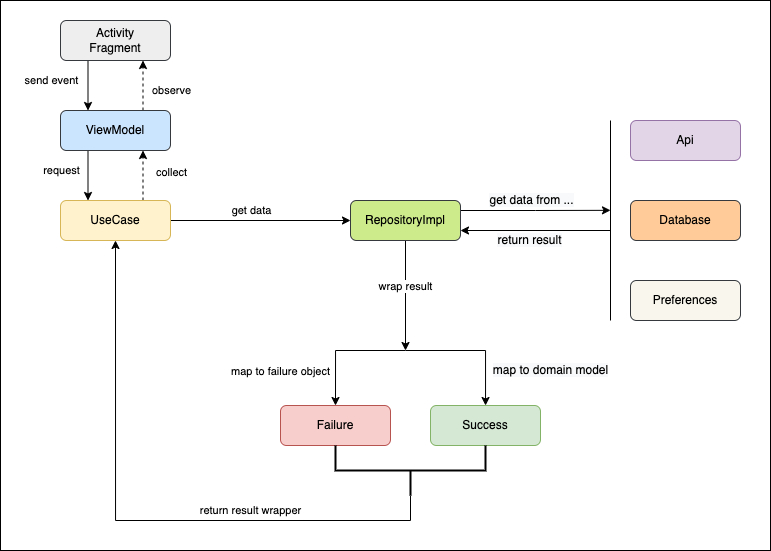
KhoaMoya/SampleBaseApp keeps this draw.io diagram as images/work_flow.png. Above is the earlier version. Source tidied: cells renumbered, new cells last; positions are measured from the earlier drawing's top-left corner, leaving out a move shared by most shapes.
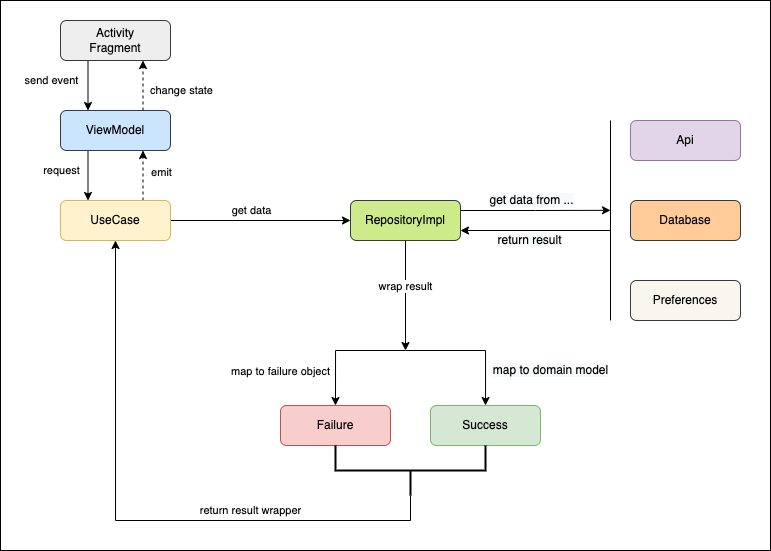
Later version of the same file.

Diff of the diagram source:
```diff
@@ -16,8 +16,8 @@
     <mxCell id="5" value="Activity&lt;br&gt;Fragment" style="rounded=1;whiteSpace=wrap;html=1;glass=0;fontSize=12;fillColor=#eeeeee;strokeColor=#36393d;" parent="1" vertex="1">
       <mxGeometry x="60" y="20" width="110" height="40" as="geometry" />
     </mxCell>
-    <mxCell id="6" value="observe" style="edgeStyle=orthogonalEdgeStyle;rounded=0;jettySize=auto;html=1;exitX=0.75;exitY=0;exitDx=0;exitDy=0;entryX=0.75;entryY=1;entryDx=0;entryDy=0;dashed=1;" parent="1" edge="1" source="11" target="5">
-      <mxGeometry x="-0.2" y="-27" relative="1" as="geometry">
+    <mxCell id="6" value="change state" style="edgeStyle=orthogonalEdgeStyle;rounded=0;jettySize=auto;html=1;exitX=0.75;exitY=0;exitDx=0;exitDy=0;entryX=0.75;entryY=1;entryDx=0;entryDy=0;dashed=1;" parent="1" edge="1" source="11" target="5">
+      <mxGeometry x="-0.2" y="-37" relative="1" as="geometry">
         <mxPoint x="1" as="offset" />
       </mxGeometry>
     </mxCell>
@@ -32,9 +32,9 @@
     <mxCell id="9" style="edgeStyle=orthogonalEdgeStyle;rounded=0;jettySize=auto;html=1;exitX=0.75;exitY=0;exitDx=0;exitDy=0;entryX=0.75;entryY=1;entryDx=0;entryDy=0;dashed=1;" parent="1" edge="1" source="14" target="11">
       <mxGeometry relative="1" as="geometry" />
     </mxCell>
-    <mxCell id="10" value="collect" style="edgeLabel;html=1;align=center;verticalAlign=middle;" parent="9" vertex="1">
+    <mxCell id="10" value="emit" style="edgeLabel;html=1;align=center;verticalAlign=middle;" parent="9" vertex="1">
       <mxGeometry x="-0.03" y="3" relative="1" as="geometry">
-        <mxPoint x="31" y="-4" as="offset" />
+        <mxPoint x="21" y="-4" as="offset" />
       </mxGeometry>
     </mxCell>
     <mxCell id="11" value="ViewModel" style="rounded=1;whiteSpace=wrap;html=1;glass=0;fontSize=12;fillColor=#cce5ff;strokeColor=#36393d;" parent="1" vertex="1">
```
